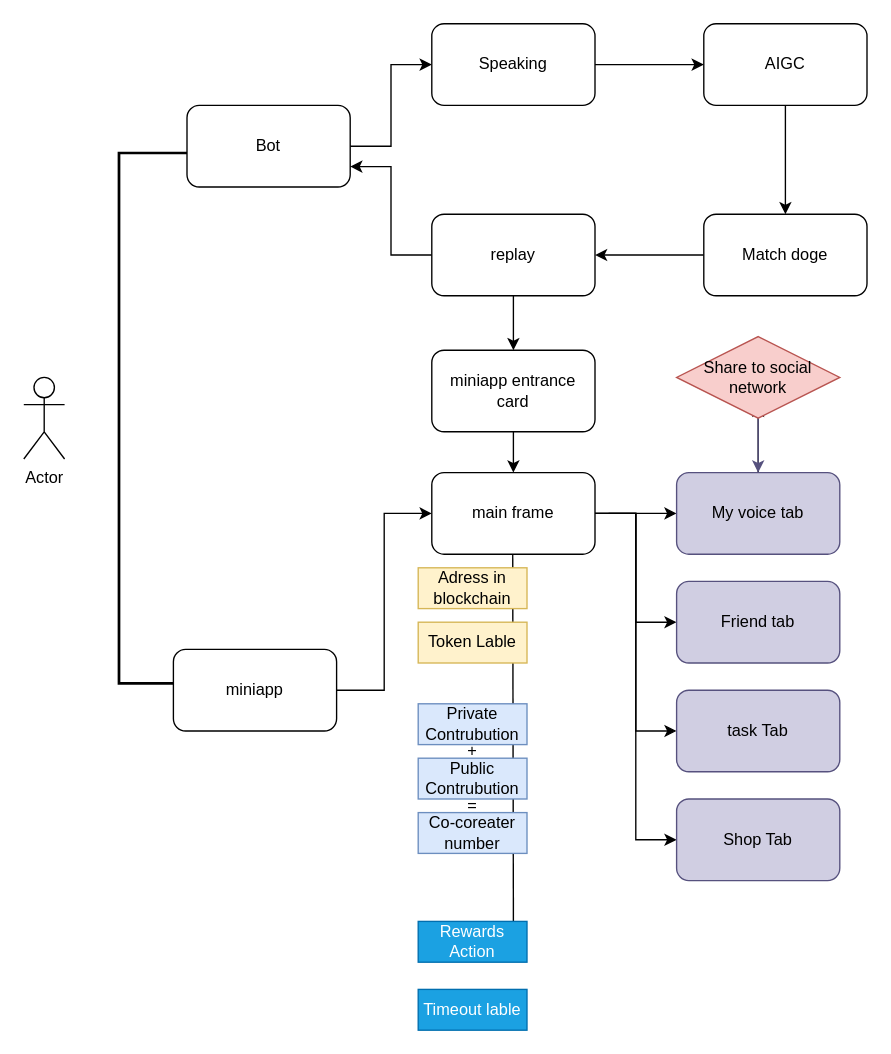
Above: Untitled Diagram.drawio in yangsenessa/babelprod (draw.io), before the change. Source tidied: cells renumbered, new cells numbered last; positions are measured from the earlier drawing's top-left corner, leaving out a move shared by most shapes. Both pictures are drawn from the tidied source at 136%, with x=0, y=0 at pixel (23, 23).
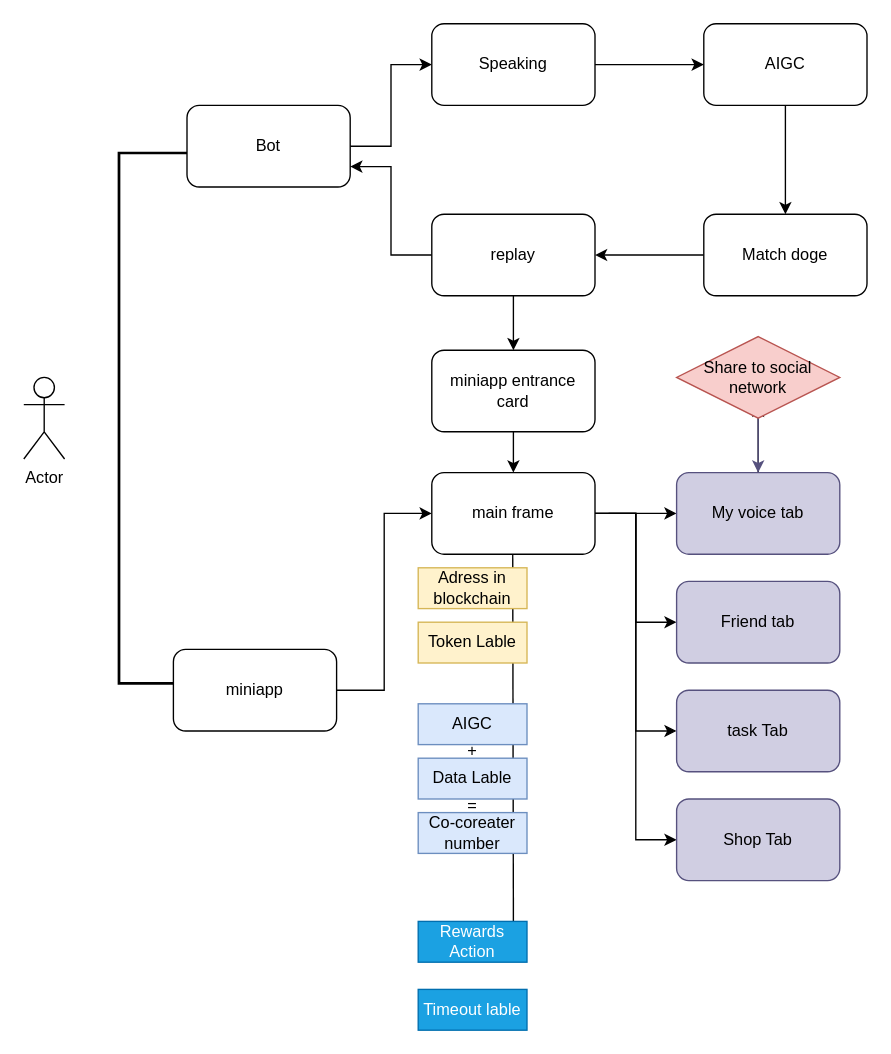
After the change.

What changed in the source:
```diff
@@
-    <mxCell id="34" value="Private Contrubution" style="rounded=0;whiteSpace=wrap;html=1;fillColor=#dae8fc;strokeColor=#6c8ebf;" parent="1" vertex="1">
+    <mxCell id="34" value="AIGC" style="rounded=0;whiteSpace=wrap;html=1;fillColor=#dae8fc;strokeColor=#6c8ebf;" parent="1" vertex="1">
       <mxGeometry x="290" y="500" width="80" height="30" as="geometry" />
     </mxCell>
@@
-    <mxCell id="37" value="Public Contrubution" style="rounded=0;whiteSpace=wrap;html=1;fillColor=#dae8fc;strokeColor=#6c8ebf;" parent="1" vertex="1">
+    <mxCell id="37" value="Data Lable" style="rounded=0;whiteSpace=wrap;html=1;fillColor=#dae8fc;strokeColor=#6c8ebf;" parent="1" vertex="1">
       <mxGeometry x="290" y="540" width="80" height="30" as="geometry" />
     </mxCell>
```
